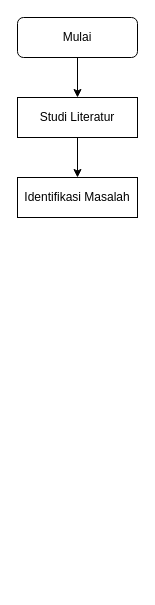
This is Untitled Diagram.drawio from Rajdoll/Arjldo, a draw.io file, before an edit. Source tidied: cells renumbered, new cells numbered last; positions are measured from the earlier drawing's top-left corner, leaving out a move shared by most shapes. Both pictures are drawn from the tidied source at 100%, with x=0, y=0 at pixel (17, 17).
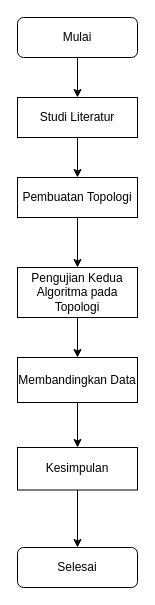
Above is the later version.

Change to the diagram source:
```diff
@@
 <mxGraphModel>
   <root>
     <mxCell id="0" />
     <mxCell id="1" parent="0" />
     <mxCell id="2" style="edgeStyle=orthogonalEdgeStyle;rounded=0;jettySize=auto;html=1;exitX=0.5;exitY=1;exitDx=0;exitDy=0;entryX=0.5;entryY=0;entryDx=0;entryDy=0;" parent="1" edge="1" source="3" target="5">
       <mxGeometry relative="1" as="geometry" />
     </mxCell>
     <mxCell id="3" value="Mulai" style="rounded=1;whiteSpace=wrap;html=1;fontSize=12;glass=0;strokeWidth=1;shadow=0;" parent="1" vertex="1">
       <mxGeometry width="120" height="40" as="geometry" />
     </mxCell>
-    <mxCell id="4" style="edgeStyle=orthogonalEdgeStyle;rounded=0;jettySize=auto;html=1;exitX=0.5;exitY=1;exitDx=0;exitDy=0;entryX=0.5;entryY=0;entryDx=0;entryDy=0;" parent="1" edge="1" source="5" target="6">
-      <mxGeometry relative="1" as="geometry" />
-    </mxCell>
+    <mxCell id="7" style="edgeStyle=orthogonalEdgeStyle;rounded=0;jettySize=auto;html=1;exitX=0.5;exitY=1;exitDx=0;exitDy=0;entryX=0.5;entryY=0;entryDx=0;entryDy=0;" parent="1" edge="1" source="5" target="9">
+      <mxGeometry relative="1" as="geometry" />
+    </mxCell>
     <mxCell id="5" value="Studi Literatur" style="rounded=0;whiteSpace=wrap;html=1;" parent="1" vertex="1">
       <mxGeometry y="80" width="120" height="40" as="geometry" />
     </mxCell>
-    <mxCell id="6" value="Identifikasi Masalah" style="rounded=0;whiteSpace=wrap;html=1;" parent="1" vertex="1">
-      <mxGeometry y="160" width="120" height="40" as="geometry" />
-    </mxCell>
+    <mxCell id="8" style="edgeStyle=orthogonalEdgeStyle;rounded=0;jettySize=auto;html=1;" parent="1" edge="1" source="9" target="11">
+      <mxGeometry relative="1" as="geometry" />
+    </mxCell>
+    <mxCell id="9" value="Pembuatan Topologi" style="rounded=0;whiteSpace=wrap;html=1;" parent="1" vertex="1">
+      <mxGeometry y="160" width="120" height="40" as="geometry" />
+    </mxCell>
+    <mxCell id="10" style="edgeStyle=orthogonalEdgeStyle;rounded=0;jettySize=auto;html=1;" parent="1" edge="1" source="11" target="13">
+      <mxGeometry relative="1" as="geometry" />
+    </mxCell>
+    <mxCell id="11" value="Pengujian Kedua Algoritma pada Topologi" style="rounded=0;whiteSpace=wrap;html=1;" parent="1" vertex="1">
+      <mxGeometry y="250" width="120" height="50" as="geometry" />
+    </mxCell>
+    <mxCell id="12" style="edgeStyle=orthogonalEdgeStyle;rounded=0;jettySize=auto;html=1;" parent="1" edge="1" source="13" target="15">
+      <mxGeometry relative="1" as="geometry" />
+    </mxCell>
+    <mxCell id="13" value="Membandingkan Data" style="rounded=0;whiteSpace=wrap;html=1;" parent="1" vertex="1">
+      <mxGeometry y="340" width="120" height="45" as="geometry" />
+    </mxCell>
+    <mxCell id="14" style="edgeStyle=orthogonalEdgeStyle;rounded=0;jettySize=auto;html=1;" parent="1" edge="1" source="15" target="16">
+      <mxGeometry relative="1" as="geometry" />
+    </mxCell>
+    <mxCell id="15" value="Kesimpulan" style="rounded=0;whiteSpace=wrap;html=1;" parent="1" vertex="1">
+      <mxGeometry y="430" width="120" height="42.5" as="geometry" />
+    </mxCell>
+    <mxCell id="16" value="Selesai" style="rounded=1;whiteSpace=wrap;html=1;fontSize=12;glass=0;strokeWidth=1;shadow=0;" parent="1" vertex="1">
+      <mxGeometry y="530" width="120" height="40" as="geometry" />
+    </mxCell>
   </root>
 </mxGraphModel>
```
